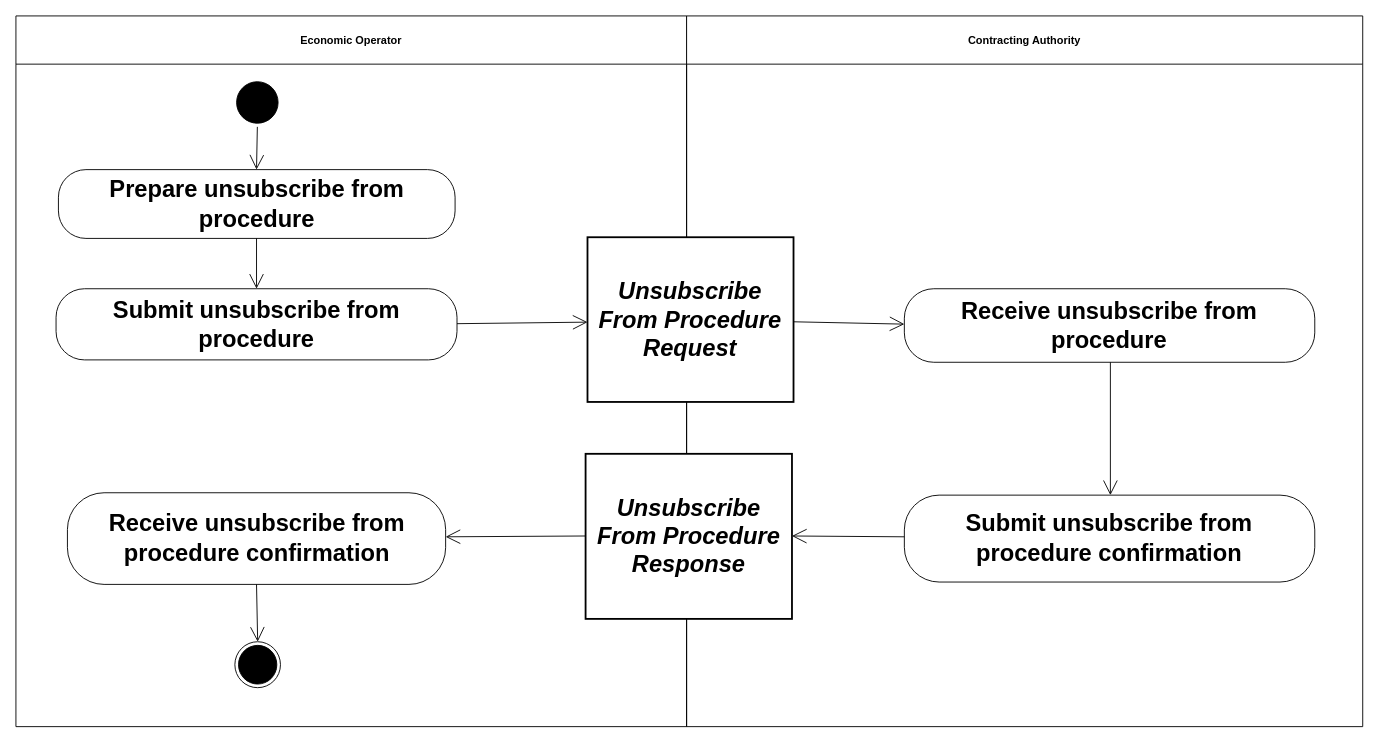
The draw.io diagram diagrams/UBL-2.2-Tender-UnsubscribeFromProcedure/UBL-2.2-Tender-UnsubscribeFromProcedure.drawio in kduvekot/ubl-work-on-svg-images, before the edit. Source tidied: cells renumbered, new cells numbered last; positions are measured from the earlier drawing's top-left corner, leaving out a move shared by most shapes. Both pictures are drawn from the tidied source at 91%, with x=0, y=0 at pixel (15, 15).
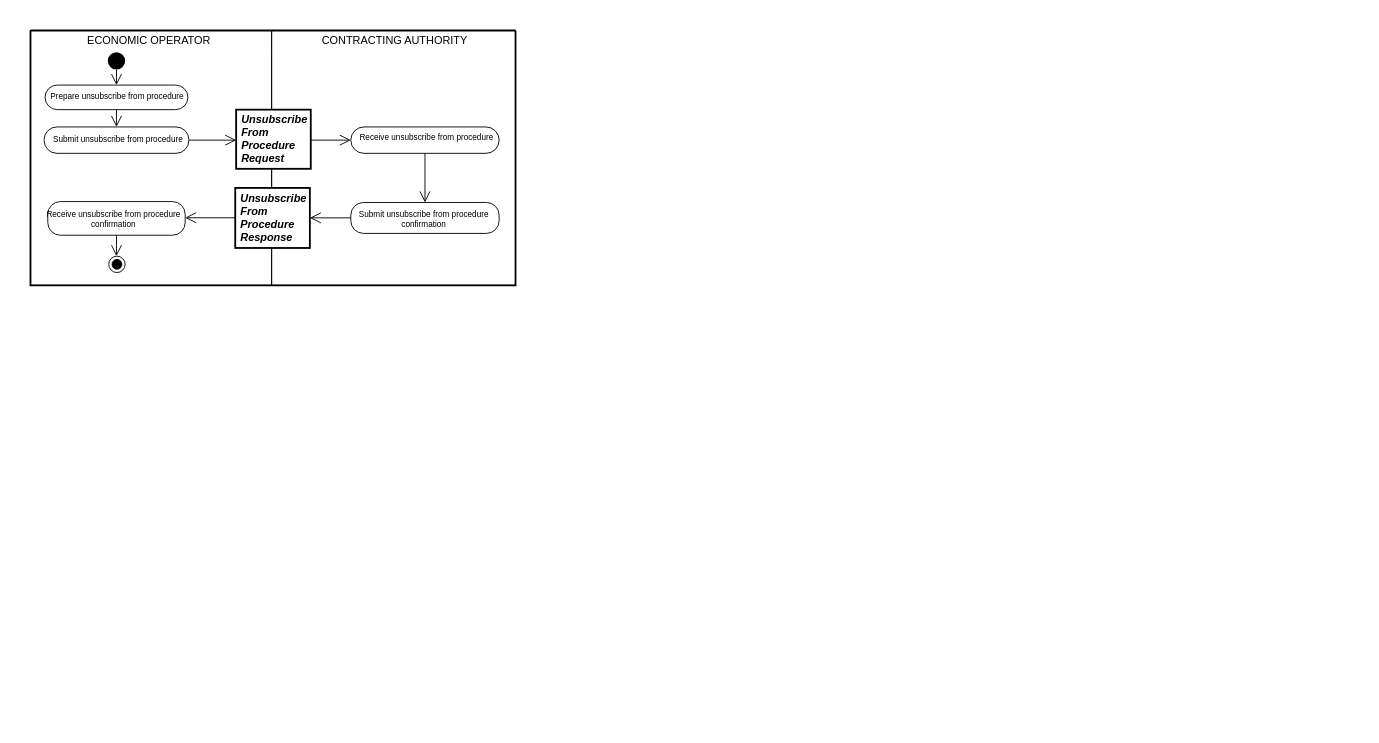
After the change.

Change to the diagram source:
```diff
@@
+    <mxCell id="21" style="swimlane;html=1;startSize=0;whiteSpace=wrap;fillColor=none;strokeWidth=2;" parent="1" vertex="1">
+      <mxGeometry x="16" y="16" width="533" height="280" as="geometry" />
+    </mxCell>
-    <mxCell id="2" value="Economic Operator" style="swimlane;whiteSpace=wrap;html=1;startSize=53;" parent="1" vertex="1">
-      <mxGeometry width="737" height="781" as="geometry" />
+    <mxCell id="2" value="ECONOMIC OPERATOR" style="swimlane;horizontal=1;startSize=21;swimlaneLine=0;html=1;fillColor=none;fontSize=12;fontStyle=0;spacing=0;spacingRight=5;" parent="21" vertex="1">
+      <mxGeometry width="265" height="280" as="geometry" />
     </mxCell>
-    <mxCell id="3" value="Contracting Authority" style="swimlane;whiteSpace=wrap;html=1;startSize=53;" parent="1" vertex="1">
-      <mxGeometry x="737" width="743" height="781" as="geometry" />
+    <mxCell id="3" value="CONTRACTING AUTHORITY" style="swimlane;horizontal=1;startSize=21;swimlaneLine=0;html=1;fillColor=none;fontSize=12;fontStyle=0;spacing=0;spacingLeft=2;" parent="21" vertex="1">
+      <mxGeometry x="265" width="268" height="280" as="geometry" />
     </mxCell>
-    <mxCell id="4" style="ellipse;html=1;shape=startState;fillColor=#000000;strokeColor=#000000;fontFamily=Helvetica;fontSize=26;" parent="1" vertex="1">
-      <mxGeometry x="238.5" y="68.3" width="53.6" height="53.6" as="geometry" />
+    <mxCell id="4" style="ellipse;shape=startState;fillColor=#000000;strokeColor=none;html=1;" parent="2" vertex="1">
+      <mxGeometry x="81" y="20" width="27" height="27" as="geometry" />
     </mxCell>
-    <mxCell id="5" value="Prepare unsubscribe from procedure" style="rounded=1;arcSize=40;whiteSpace=wrap;html=1;fontStyle=1;fontFamily=Helvetica;fontSize=26;" parent="1" vertex="1">
-      <mxGeometry x="46.7" y="168.9" width="435.9" height="75.6" as="geometry" />
+    <mxCell id="5" value="Prepare unsubscribe from procedure" style="rounded=1;absoluteArcSize=1;arcSize=27;html=1;whiteSpace=nowrap;fontSize=9;fontStyle=0;align=center;verticalAlign=middle;spacing=0;spacingBottom=1;" parent="2" vertex="1">
+      <mxGeometry x="16" y="60" width="157" height="27" as="geometry" />
     </mxCell>
-    <mxCell id="6" value="Unsubscribe From Procedure Request" style="rounded=0;whiteSpace=wrap;html=1;fontStyle=3;strokeWidth=2;fontFamily=Helvetica;fontSize=26;" parent="1" vertex="1">
-      <mxGeometry x="628.1" y="243.2" width="226.4" height="181" as="geometry" />
+    <mxCell id="6" value="Unsubscribe&lt;br&gt;From&lt;br&gt;Procedure&lt;br&gt;Request" style="rounded=0;html=1;whiteSpace=nowrap;fontSize=12;fontStyle=3;align=left;verticalAlign=middle;spacing=0;spacingLeft=6;spacingBottom=1;strokeWidth=2;" parent="3" vertex="1">
+      <mxGeometry x="-39" y="87" width="82" height="65" as="geometry" />
     </mxCell>
-    <mxCell id="7" value="Submit unsubscribe from procedure" style="rounded=1;arcSize=40;whiteSpace=wrap;html=1;fontStyle=1;fontFamily=Helvetica;fontSize=26;" parent="1" vertex="1">
-      <mxGeometry x="44.1" y="299.8" width="440.6" height="78.2" as="geometry" />
+    <mxCell id="7" value="Submit unsubscribe from procedure" style="rounded=1;absoluteArcSize=1;arcSize=28;html=1;whiteSpace=nowrap;fontSize=9;fontStyle=0;align=center;verticalAlign=middle;spacing=0;spacingLeft=2;spacingBottom=1;" parent="2" vertex="1">
+      <mxGeometry x="15" y="106" width="159" height="29" as="geometry" />
     </mxCell>
-    <mxCell id="8" value="Receive unsubscribe from procedure" style="rounded=1;arcSize=40;whiteSpace=wrap;html=1;fontStyle=1;fontFamily=Helvetica;fontSize=26;" parent="1" vertex="1">
-      <mxGeometry x="976.3" y="299.8" width="451" height="80.8" as="geometry" />
+    <mxCell id="8" value="Receive unsubscribe from procedure" style="rounded=1;absoluteArcSize=1;arcSize=29;html=1;whiteSpace=nowrap;fontSize=9;fontStyle=0;align=center;verticalAlign=middle;spacing=0;spacingLeft=2;spacingBottom=5;" parent="3" vertex="1">
+      <mxGeometry x="87" y="106" width="163" height="29" as="geometry" />
     </mxCell>
-    <mxCell id="9" value="Unsubscribe From Procedure Response" style="rounded=0;whiteSpace=wrap;html=1;fontStyle=3;strokeWidth=2;fontFamily=Helvetica;fontSize=26;" parent="1" vertex="1">
-      <mxGeometry x="626" y="481.2" width="226.8" height="181.4" as="geometry" />
+    <mxCell id="9" value="Unsubscribe&lt;br&gt;From&lt;br&gt;Procedure&lt;br&gt;Response" style="rounded=0;html=1;whiteSpace=nowrap;fontSize=12;fontStyle=3;align=left;verticalAlign=middle;spacing=0;spacingLeft=6;spacingBottom=1;strokeWidth=2;" parent="3" vertex="1">
+      <mxGeometry x="-40" y="173" width="82" height="66" as="geometry" />
     </mxCell>
-    <mxCell id="10" value="Receive unsubscribe from procedure confirmation" style="rounded=1;arcSize=40;whiteSpace=wrap;html=1;fontStyle=1;fontFamily=Helvetica;fontSize=26;" parent="1" vertex="1">
-      <mxGeometry x="56.6" y="524" width="415.6" height="100.7" as="geometry" />
+    <mxCell id="10" value="Receive unsubscribe from procedure&lt;br&gt;confirmation" style="rounded=1;absoluteArcSize=1;arcSize=28;html=1;whiteSpace=nowrap;fontSize=9;fontStyle=0;align=center;verticalAlign=middle;spacing=0;spacingRight=8;spacingTop=1;" parent="2" vertex="1">
+      <mxGeometry x="19" y="188" width="151" height="37" as="geometry" />
     </mxCell>
-    <mxCell id="11" value="Submit unsubscribe from procedure confirmation" style="rounded=1;arcSize=40;whiteSpace=wrap;html=1;fontStyle=1;fontFamily=Helvetica;fontSize=26;" parent="1" vertex="1">
-      <mxGeometry x="976.3" y="526.6" width="451" height="95.5" as="geometry" />
+    <mxCell id="11" value="Submit unsubscribe from procedure&lt;br&gt;confirmation" style="rounded=1;absoluteArcSize=1;arcSize=28;html=1;whiteSpace=nowrap;fontSize=9;fontStyle=0;align=center;verticalAlign=middle;spacing=0;spacingRight=3;spacingTop=2;" parent="3" vertex="1">
+      <mxGeometry x="87" y="189" width="163" height="34" as="geometry" />
     </mxCell>
-    <mxCell id="12" style="ellipse;html=1;shape=endState;fillColor=#000000;strokeColor=#000000;fontFamily=Helvetica;fontSize=26;" parent="1" vertex="1">
-      <mxGeometry x="240.6" y="687.7" width="50.1" height="50.5" as="geometry" />
+    <mxCell id="12" style="ellipse;shape=endState;fillColor=#000000;html=1;" parent="2" vertex="1">
+      <mxGeometry x="86" y="248" width="18" height="18" as="geometry" />
     </mxCell>
-    <mxCell id="13" style="edgeStyle=none;rounded=0;html=1;endArrow=open;endFill=0;endSize=14;exitX=0.4981;exitY=1.0;entryX=0.4994;entryY=0.0;" parent="1" edge="1" source="4" target="5">
+    <mxCell id="13" style="edgeStyle=none;rounded=0;html=1;endArrow=open;endFill=0;endSize=10;exitX=0.5;exitY=0.854;exitPerimeter=0;entryX=0.5;entryY=0;entryPerimeter=0;" parent="2" edge="1" source="4" target="5">
       <mxGeometry relative="1" as="geometry" />
     </mxCell>
-    <mxCell id="14" style="edgeStyle=none;rounded=0;html=1;endArrow=open;endFill=0;endSize=14;exitX=0.4994;exitY=1.0;entryX=0.5;entryY=0.0;" parent="1" edge="1" source="5" target="7">
+    <mxCell id="14" style="edgeStyle=none;rounded=0;html=1;endArrow=open;endFill=0;endSize=10;exitX=0.5;exitY=1;exitPerimeter=0;entryX=0.5;entryY=0;entryPerimeter=0;" parent="2" edge="1" source="5" target="7">
       <mxGeometry relative="1" as="geometry" />
     </mxCell>
-    <mxCell id="15" style="edgeStyle=none;rounded=0;html=1;endArrow=open;endFill=0;endSize=14;exitX=1.0;exitY=0.491;entryX=0.0;entryY=0.5155;" parent="1" edge="1" source="7" target="6">
+    <mxCell id="15" style="edgeStyle=none;rounded=0;html=1;endArrow=open;endFill=0;endSize=10;exitX=1;exitY=0.5;exitPerimeter=0;entryPerimeter=0;entryX=0;entryY=0.515385;" parent="21" edge="1" source="7" target="6">
       <mxGeometry relative="1" as="geometry" />
     </mxCell>
-    <mxCell id="16" style="edgeStyle=none;rounded=0;html=1;endArrow=open;endFill=0;endSize=14;exitX=1.0;exitY=0.5133;entryX=0.0;entryY=0.4814;" parent="1" edge="1" source="6" target="8">
+    <mxCell id="16" style="edgeStyle=none;rounded=0;html=1;endArrow=open;endFill=0;endSize=10;exitPerimeter=0;entryX=0;entryY=0.5;entryPerimeter=0;exitX=1;exitY=0.515385;" parent="3" edge="1" source="6" target="8">
       <mxGeometry relative="1" as="geometry" />
     </mxCell>
-    <mxCell id="17" style="edgeStyle=none;rounded=0;html=1;endArrow=open;endFill=0;endSize=14;exitX=0.502;exitY=1.0;entryX=0.502;entryY=0.0;" parent="1" edge="1" source="8" target="11">
+    <mxCell id="17" style="edgeStyle=none;rounded=0;html=1;endArrow=open;endFill=0;endSize=10;exitX=0.5;exitY=1;exitPerimeter=0;entryX=0.5;entryY=0;entryPerimeter=0;" parent="3" edge="1" source="8" target="11">
       <mxGeometry relative="1" as="geometry" />
     </mxCell>
-    <mxCell id="18" style="edgeStyle=none;rounded=0;html=1;endArrow=open;endFill=0;endSize=14;exitX=0.0;exitY=0.4978;entryX=1.0;entryY=0.4806;" parent="1" edge="1" source="9" target="10">
+    <mxCell id="18" style="edgeStyle=none;rounded=0;html=1;endArrow=open;endFill=0;endSize=10;exitPerimeter=0;entryX=1;entryY=0.4808;entryPerimeter=0;exitX=0;exitY=0.496812;" parent="21" edge="1" source="9" target="10">
       <mxGeometry relative="1" as="geometry" />
     </mxCell>
-    <mxCell id="19" style="edgeStyle=none;rounded=0;html=1;endArrow=open;endFill=0;endSize=14;exitX=0.0;exitY=0.4796;entryX=1.0;entryY=0.4978;" parent="1" edge="1" source="11" target="9">
+    <mxCell id="19" style="edgeStyle=none;rounded=0;html=1;endArrow=open;endFill=0;endSize=10;exitPerimeter=0;entryX=1;entryY=0.4985;entryPerimeter=0;exitX=0;exitY=0.497088;" parent="3" edge="1" source="11" target="9">
       <mxGeometry relative="1" as="geometry" />
     </mxCell>
-    <mxCell id="20" style="edgeStyle=none;rounded=0;html=1;endArrow=open;endFill=0;endSize=14;exitX=0.5;exitY=1.0;entryX=0.501;entryY=0.0;" parent="1" edge="1" source="10" target="12">
+    <mxCell id="20" style="edgeStyle=none;rounded=0;html=1;endArrow=open;endFill=0;endSize=10;exitX=0.5;exitY=1;exitPerimeter=0;entryPerimeter=0;entryX=0.472222;entryY=0;" parent="2" edge="1" source="10" target="12">
       <mxGeometry relative="1" as="geometry" />
     </mxCell>
```
